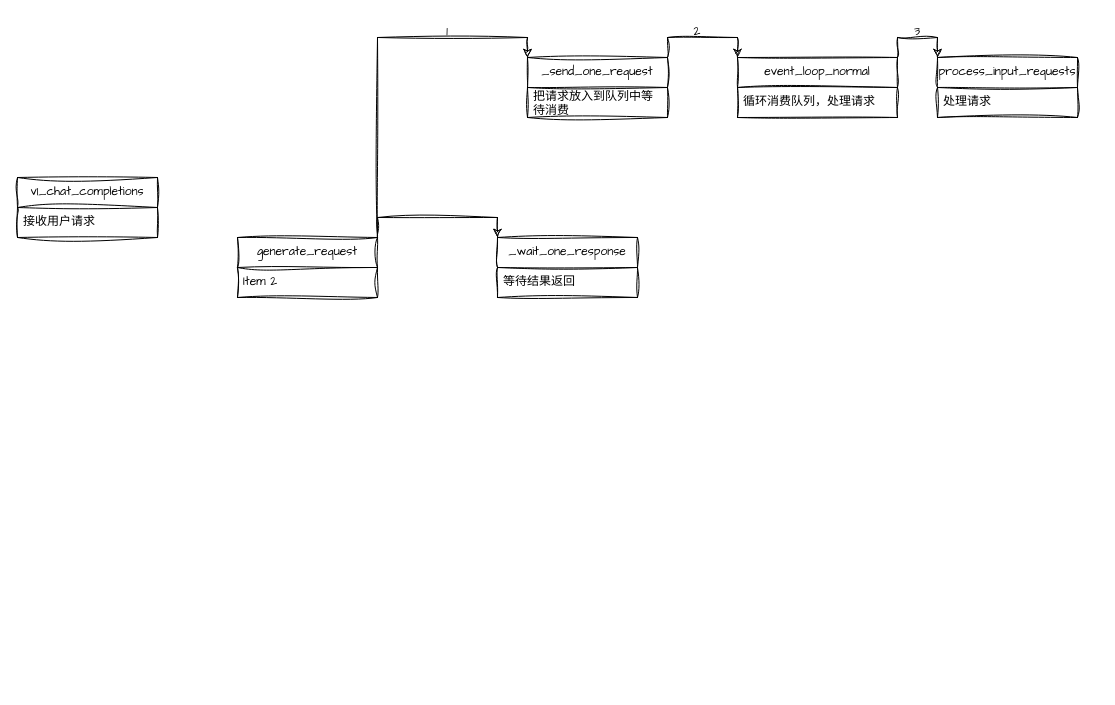
This is sglang.drawio from beijingqiuchang/drawio, a draw.io file, before an edit. Source tidied: cells renumbered, new cells numbered last; positions are measured from the earlier drawing's top-left corner, leaving out a move shared by most shapes. Both pictures are drawn from the tidied source at 100%, with x=0, y=0 at pixel (17, 17).
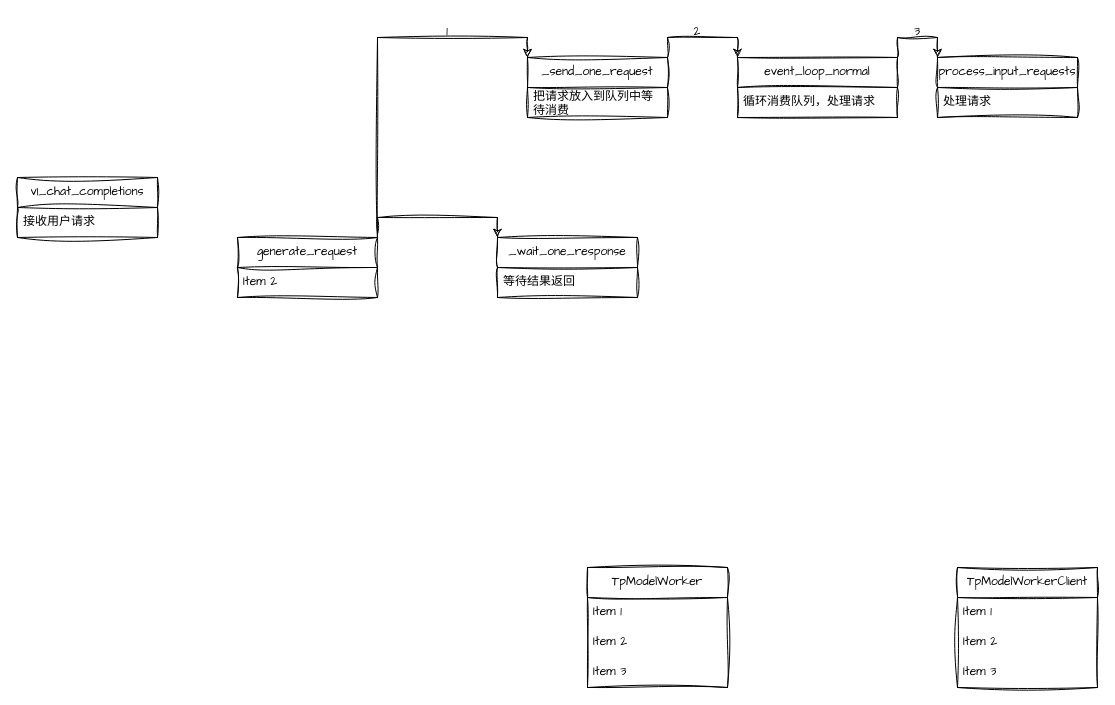
Above is the later version.

Change to the diagram source:
```diff
@@
+    <mxCell id="21" value="TpModelWorker" style="swimlane;fontStyle=0;horizontal=1;startSize=30;whiteSpace=wrap;html=1;sketch=1;hachureGap=4;jiggle=2;curveFitting=1;fontFamily=Architects Daughter;" parent="1" vertex="1">
+      <mxGeometry x="570" y="550" width="140" height="120" as="geometry" />
+    </mxCell>
+    <mxCell id="22" value="Item 1" style="text;strokeColor=none;fillColor=none;align=left;verticalAlign=middle;spacingLeft=4;spacingRight=4;overflow=hidden;whiteSpace=wrap;html=1;fontFamily=Architects Daughter;" parent="21" vertex="1">
+      <mxGeometry y="30" width="140" height="30" as="geometry" />
+    </mxCell>
+    <mxCell id="23" value="Item 2" style="text;strokeColor=none;fillColor=none;align=left;verticalAlign=middle;spacingLeft=4;spacingRight=4;overflow=hidden;whiteSpace=wrap;html=1;fontFamily=Architects Daughter;" parent="21" vertex="1">
+      <mxGeometry y="60" width="140" height="30" as="geometry" />
+    </mxCell>
+    <mxCell id="24" value="Item 3" style="text;strokeColor=none;fillColor=none;align=left;verticalAlign=middle;spacingLeft=4;spacingRight=4;overflow=hidden;whiteSpace=wrap;html=1;fontFamily=Architects Daughter;" parent="21" vertex="1">
+      <mxGeometry y="90" width="140" height="30" as="geometry" />
+    </mxCell>
+    <mxCell id="25" value="TpModelWorkerClient" style="swimlane;fontStyle=0;horizontal=1;startSize=30;whiteSpace=wrap;html=1;sketch=1;hachureGap=4;jiggle=2;curveFitting=1;fontFamily=Architects Daughter;" parent="1" vertex="1">
+      <mxGeometry x="940" y="550" width="140" height="120" as="geometry" />
+    </mxCell>
+    <mxCell id="26" value="Item 1" style="text;strokeColor=none;fillColor=none;align=left;verticalAlign=middle;spacingLeft=4;spacingRight=4;overflow=hidden;whiteSpace=wrap;html=1;fontFamily=Architects Daughter;" parent="25" vertex="1">
+      <mxGeometry y="30" width="140" height="30" as="geometry" />
+    </mxCell>
+    <mxCell id="27" value="Item 2" style="text;strokeColor=none;fillColor=none;align=left;verticalAlign=middle;spacingLeft=4;spacingRight=4;overflow=hidden;whiteSpace=wrap;html=1;fontFamily=Architects Daughter;" parent="25" vertex="1">
+      <mxGeometry y="60" width="140" height="30" as="geometry" />
+    </mxCell>
+    <mxCell id="28" value="Item 3" style="text;strokeColor=none;fillColor=none;align=left;verticalAlign=middle;spacingLeft=4;spacingRight=4;overflow=hidden;whiteSpace=wrap;html=1;fontFamily=Architects Daughter;" parent="25" vertex="1">
+      <mxGeometry y="90" width="140" height="30" as="geometry" />
+    </mxCell>
```
